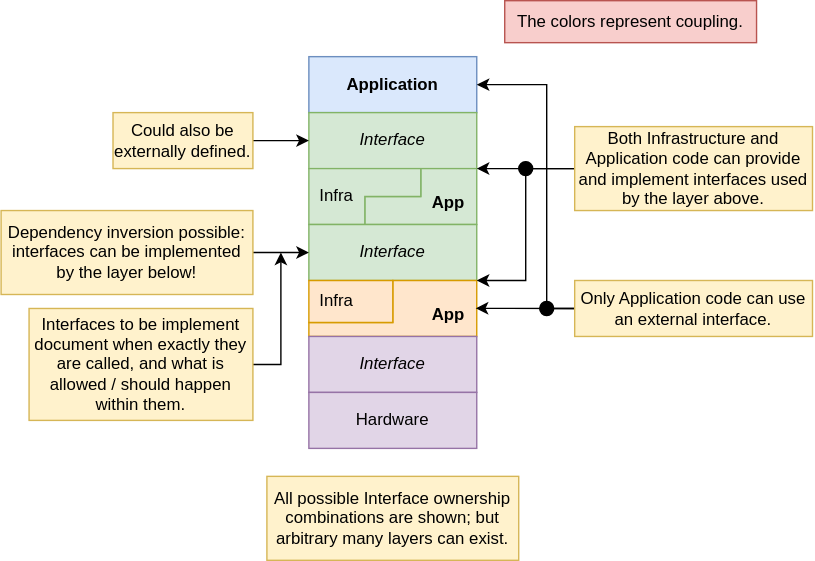
Above: SoftwareAppAndInfra.drawio.svg in datMaffin/fundamental-software-architecture (draw.io), before the change. Source tidied: cells renumbered, new cells last; positions are measured from the earlier drawing's top-left corner, leaving out a move shared by most shapes.
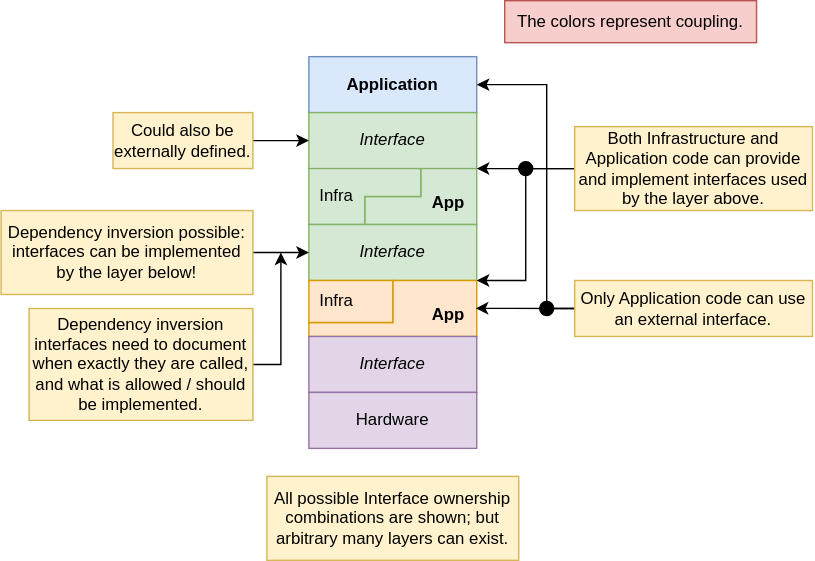
Later version of the same file.

Change to the diagram source:
```diff
@@ -95,7 +95,7 @@
         <mxPoint x="200" y="180" as="targetPoint" />
       </mxGeometry>
     </mxCell>
-    <mxCell id="26" value="Interfaces to be implement document when exactly they are called, and what is allowed / should happen within them." style="rounded=0;whiteSpace=wrap;html=1;fillColor=#fff2cc;strokeColor=#d6b656;" parent="1" vertex="1">
+    <mxCell id="26" value="Dependency inversion interfaces need to document when exactly they are called, and what is allowed / should be implemented." style="rounded=0;whiteSpace=wrap;html=1;fillColor=#fff2cc;strokeColor=#d6b656;" parent="1" vertex="1">
       <mxGeometry x="20" y="220" width="160" height="80" as="geometry" />
     </mxCell>
     <mxCell id="27" value="All possible Interface ownership combinations are shown; but arbitrary many layers can exist." style="rounded=0;whiteSpace=wrap;html=1;fillColor=#fff2cc;strokeColor=#d6b656;" parent="1" vertex="1">
```
